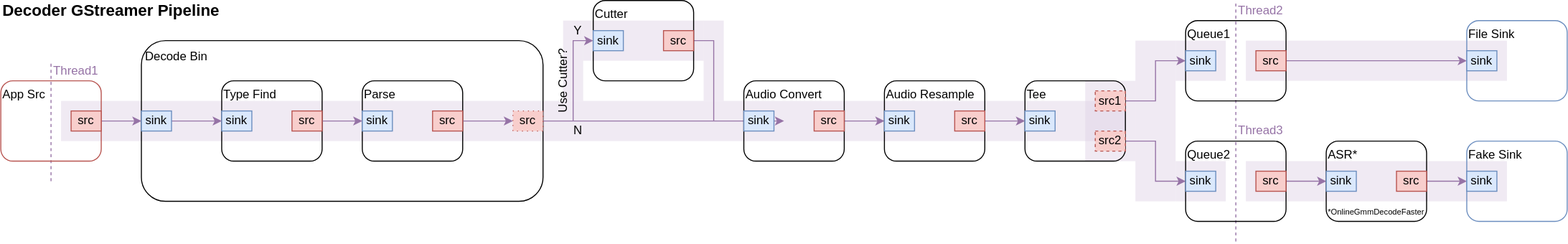
Before: drawio/decoder-gst-pipeline.svg, a diagram exported from draw.io (alkazap/kaldi-gstreamer-server). Source tidied: cells renumbered, new cells last; positions are measured from the earlier drawing's top-left corner, leaving out a move shared by most shapes.
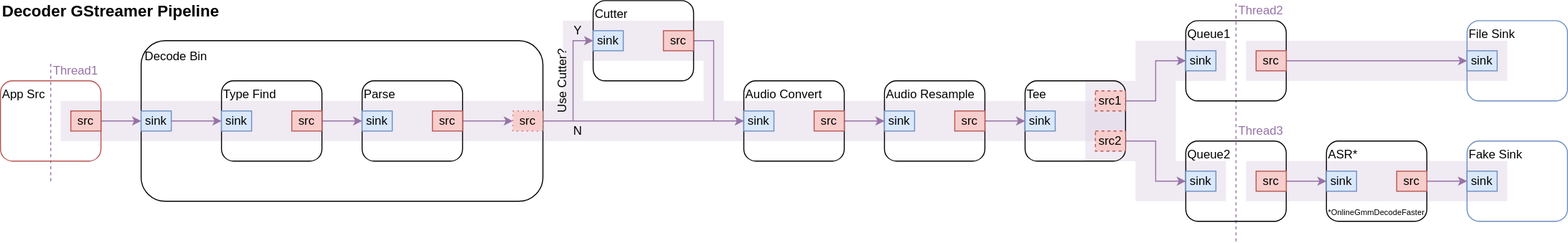
After the change.

What changed in the source:
```diff
@@ -104,10 +104,8 @@
         <mxPoint x="100" y="120" as="sourcePoint" />
       </mxGeometry>
     </mxCell>
-    <mxCell id="30" style="edgeStyle=orthogonalEdgeStyle;rounded=0;jettySize=auto;html=1;exitX=1;exitY=0.5;exitDx=0;exitDy=0;entryX=0;entryY=0.5;entryDx=0;entryDy=0;fillColor=#e1d5e7;strokeColor=#9673a6;" parent="25" edge="1" source="26">
-      <mxGeometry relative="1" as="geometry">
-        <mxPoint x="780" y="120" as="targetPoint" />
-      </mxGeometry>
+    <mxCell id="30" style="edgeStyle=orthogonalEdgeStyle;rounded=0;jettySize=auto;html=1;exitX=1;exitY=0.5;exitDx=0;exitDy=0;entryX=0;entryY=0.5;entryDx=0;entryDy=0;fillColor=#e1d5e7;strokeColor=#9673a6;" parent="25" edge="1" source="26" target="39">
+      <mxGeometry relative="1" as="geometry" />
     </mxCell>
     <mxCell id="31" value="&lt;span style=&quot;white-space: normal&quot;&gt;Parse&lt;/span&gt;" style="rounded=1;whiteSpace=wrap;html=1;align=left;verticalAlign=top;fillColor=none;" parent="25" vertex="1">
       <mxGeometry x="360" y="80" width="100" height="80" as="geometry" />
```
